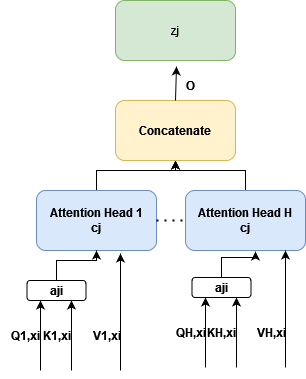
Before: MultiHead.drawio.png, a diagram exported from draw.io (jangrau13/DS_Presentation). Source tidied: cells renumbered, new cells last; positions are measured from the earlier drawing's top-left corner, leaving out a move shared by most shapes. Its diagram source:
```xml
<mxGraphModel>
  <root>
    <mxCell id="0" />
    <mxCell id="1" parent="0" />
    <mxCell id="2" style="edgeStyle=orthogonalEdgeStyle;rounded=0;jettySize=auto;html=1;" parent="1" edge="1" source="3" target="15">
      <mxGeometry relative="1" as="geometry" />
    </mxCell>
    <mxCell id="3" value="&lt;div&gt;&lt;b&gt;Attention Head 1&lt;/b&gt;&lt;/div&gt;&lt;div&gt;&lt;b&gt;cj&lt;br&gt;&lt;/b&gt;&lt;/div&gt;" style="rounded=1;whiteSpace=wrap;html=1;fillColor=#dae8fc;strokeColor=#6c8ebf;" parent="1" vertex="1">
      <mxGeometry x="36" y="190" width="120" height="60" as="geometry" />
    </mxCell>
    <mxCell id="4" style="endArrow=classic;html=1;rounded=0;" parent="1" edge="1">
      <mxGeometry relative="1" as="geometry">
        <mxPoint x="71" y="370" as="sourcePoint" />
        <mxPoint x="71" y="300" as="targetPoint" />
      </mxGeometry>
    </mxCell>
    <mxCell id="5" value="&lt;b&gt;K1,xi&lt;/b&gt;" style="text;html=1;align=center;verticalAlign=middle;strokeColor=none;fillColor=none;" parent="1" vertex="1">
      <mxGeometry x="31" y="320" width="50" height="30" as="geometry" />
    </mxCell>
    <mxCell id="6" style="endArrow=classic;html=1;rounded=0;" parent="1" edge="1">
      <mxGeometry relative="1" as="geometry">
        <mxPoint x="40" y="370" as="sourcePoint" />
        <mxPoint x="40" y="300" as="targetPoint" />
      </mxGeometry>
    </mxCell>
    <mxCell id="7" value="&lt;b&gt;Q1,xi&lt;/b&gt;" style="text;html=1;align=center;verticalAlign=middle;strokeColor=none;fillColor=none;" parent="1" vertex="1">
      <mxGeometry y="320" width="50" height="30" as="geometry" />
    </mxCell>
    <mxCell id="8" style="edgeStyle=orthogonalEdgeStyle;rounded=0;jettySize=auto;html=1;" parent="1" edge="1" source="9" target="3">
      <mxGeometry relative="1" as="geometry" />
    </mxCell>
    <mxCell id="9" value="&lt;b&gt;aji&lt;/b&gt;" style="rounded=1;whiteSpace=wrap;html=1;" parent="1" vertex="1">
      <mxGeometry x="26.5" y="280" width="59" height="20" as="geometry" />
    </mxCell>
    <mxCell id="10" style="endArrow=classic;html=1;rounded=0;entryX=0.7;entryY=1.05;entryDx=0;entryDy=0;entryPerimeter=0;" parent="1" edge="1" target="3">
      <mxGeometry relative="1" as="geometry">
        <mxPoint x="120" y="370" as="sourcePoint" />
      </mxGeometry>
    </mxCell>
    <mxCell id="11" value="&lt;b&gt;V1,xi&lt;/b&gt;" style="text;html=1;align=center;verticalAlign=middle;strokeColor=none;fillColor=none;" parent="1" vertex="1">
      <mxGeometry x="80.5" y="320" width="50" height="30" as="geometry" />
    </mxCell>
    <mxCell id="12" style="endArrow=none;dashed=1;html=1;dashPattern=1 3;strokeWidth=2;rounded=0;exitX=1;exitY=0.5;exitDx=0;exitDy=0;" parent="1" edge="1" source="3">
      <mxGeometry relative="1" as="geometry">
        <mxPoint x="195" y="220" as="targetPoint" />
      </mxGeometry>
    </mxCell>
    <mxCell id="13" style="edgeStyle=orthogonalEdgeStyle;rounded=0;jettySize=auto;html=1;" parent="1" edge="1" source="14" target="15">
      <mxGeometry relative="1" as="geometry" />
    </mxCell>
    <mxCell id="14" value="&lt;div&gt;&lt;b&gt;Attention Head H&lt;br&gt;&lt;/b&gt;&lt;/div&gt;&lt;div&gt;&lt;b&gt;cj&lt;br&gt;&lt;/b&gt;&lt;/div&gt;" style="rounded=1;whiteSpace=wrap;html=1;fillColor=#dae8fc;strokeColor=#6c8ebf;" parent="1" vertex="1">
      <mxGeometry x="185" y="190" width="120" height="60" as="geometry" />
    </mxCell>
    <mxCell id="15" value="&lt;b&gt;Concatenate&lt;/b&gt;" style="rounded=1;whiteSpace=wrap;html=1;fillColor=#fff2cc;strokeColor=#d6b656;" parent="1" vertex="1">
      <mxGeometry x="115" y="100" width="120" height="60" as="geometry" />
    </mxCell>
    <mxCell id="16" style="endArrow=classic;html=1;rounded=0;exitX=0.5;exitY=0;exitDx=0;exitDy=0;entryX=0.033;entryY=-0.133;entryDx=0;entryDy=0;entryPerimeter=0;" parent="1" edge="1" source="15" target="17">
      <mxGeometry relative="1" as="geometry" />
    </mxCell>
    <mxCell id="17" value="&lt;b&gt;O&lt;/b&gt;" style="text;html=1;align=center;verticalAlign=middle;points=[];strokeColor=none;fillColor=none;" parent="1" vertex="1">
      <mxGeometry x="175" y="70" width="30" height="30" as="geometry" />
    </mxCell>
    <mxCell id="18" value="zj" style="rounded=1;whiteSpace=wrap;html=1;fillColor=#d5e8d4;strokeColor=#82b366;" parent="1" vertex="1">
      <mxGeometry x="115" width="120" height="60" as="geometry" />
    </mxCell>
    <mxCell id="19" style="endArrow=classic;html=1;rounded=0;" parent="1" edge="1">
      <mxGeometry relative="1" as="geometry">
        <mxPoint x="236" y="367" as="sourcePoint" />
        <mxPoint x="236" y="297" as="targetPoint" />
      </mxGeometry>
    </mxCell>
    <mxCell id="20" value="&lt;b&gt;KH,xi&lt;/b&gt;" style="text;html=1;align=center;verticalAlign=middle;strokeColor=none;fillColor=none;" parent="1" vertex="1">
      <mxGeometry x="196" y="317" width="50" height="30" as="geometry" />
    </mxCell>
    <mxCell id="21" style="endArrow=classic;html=1;rounded=0;" parent="1" edge="1">
      <mxGeometry relative="1" as="geometry">
        <mxPoint x="205" y="367" as="sourcePoint" />
        <mxPoint x="205" y="297" as="targetPoint" />
      </mxGeometry>
    </mxCell>
    <mxCell id="22" value="&lt;b&gt;QH,xi&lt;/b&gt;" style="text;html=1;align=center;verticalAlign=middle;strokeColor=none;fillColor=none;" parent="1" vertex="1">
      <mxGeometry x="165" y="317" width="50" height="30" as="geometry" />
    </mxCell>
    <mxCell id="23" style="edgeStyle=orthogonalEdgeStyle;rounded=0;jettySize=auto;html=1;entryX=0.583;entryY=1.017;entryDx=0;entryDy=0;entryPerimeter=0;" parent="1" edge="1" source="24" target="14">
      <mxGeometry relative="1" as="geometry" />
    </mxCell>
    <mxCell id="24" value="&lt;b&gt;aji&lt;/b&gt;" style="rounded=1;whiteSpace=wrap;html=1;" parent="1" vertex="1">
      <mxGeometry x="191.5" y="277" width="59" height="20" as="geometry" />
    </mxCell>
    <mxCell id="25" style="endArrow=classic;html=1;rounded=0;entryX=0.7;entryY=1.05;entryDx=0;entryDy=0;entryPerimeter=0;" parent="1" edge="1">
      <mxGeometry relative="1" as="geometry">
        <mxPoint x="285" y="367" as="sourcePoint" />
        <mxPoint x="285" y="250" as="targetPoint" />
      </mxGeometry>
    </mxCell>
    <mxCell id="26" value="&lt;b&gt;VH,xi&lt;/b&gt;" style="text;html=1;align=center;verticalAlign=middle;strokeColor=none;fillColor=none;" parent="1" vertex="1">
      <mxGeometry x="245.5" y="317" width="50" height="30" as="geometry" />
    </mxCell>
  </root>
</mxGraphModel>
```
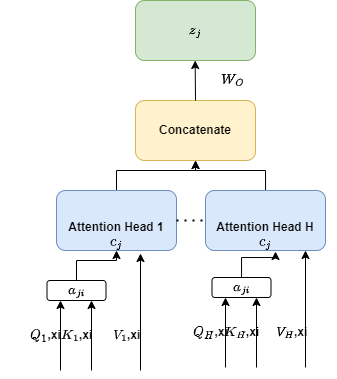
The same file after the commit.

Diff of the diagram source:
```diff
@@ -1,11 +1,11 @@
-<mxGraphModel>
+<mxGraphModel math="1">
   <root>
     <mxCell id="0" />
     <mxCell id="1" parent="0" />
     <mxCell id="2" style="edgeStyle=orthogonalEdgeStyle;rounded=0;jettySize=auto;html=1;" parent="1" edge="1" source="3" target="15">
       <mxGeometry relative="1" as="geometry" />
     </mxCell>
-    <mxCell id="3" value="&lt;div&gt;&lt;b&gt;Attention Head 1&lt;/b&gt;&lt;/div&gt;&lt;div&gt;&lt;b&gt;cj&lt;br&gt;&lt;/b&gt;&lt;/div&gt;" style="rounded=1;whiteSpace=wrap;html=1;fillColor=#dae8fc;strokeColor=#6c8ebf;" parent="1" vertex="1">
+    <mxCell id="3" value="&lt;div&gt;&lt;b&gt;&lt;br&gt;&lt;/b&gt;&lt;/div&gt;&lt;div&gt;&lt;b&gt;&lt;br&gt;&lt;/b&gt;&lt;/div&gt;&lt;div&gt;&lt;b&gt;Attention Head 1&lt;/b&gt;&lt;/div&gt;&lt;div&gt;&lt;b&gt;$$c_j$$&lt;br&gt;&lt;/b&gt;&lt;/div&gt;" style="rounded=1;whiteSpace=wrap;html=1;fillColor=#dae8fc;strokeColor=#6c8ebf;" parent="1" vertex="1">
       <mxGeometry x="36" y="190" width="120" height="60" as="geometry" />
     </mxCell>
     <mxCell id="4" style="endArrow=classic;html=1;rounded=0;" parent="1" edge="1">
@@ -14,8 +14,8 @@
         <mxPoint x="71" y="300" as="targetPoint" />
       </mxGeometry>
     </mxCell>
-    <mxCell id="5" value="&lt;b&gt;K1,xi&lt;/b&gt;" style="text;html=1;align=center;verticalAlign=middle;strokeColor=none;fillColor=none;" parent="1" vertex="1">
-      <mxGeometry x="31" y="320" width="50" height="30" as="geometry" />
+    <mxCell id="5" value="&lt;b&gt;$$K_1$$,xi&lt;/b&gt;" style="text;html=1;align=center;verticalAlign=middle;strokeColor=none;fillColor=none;" parent="1" vertex="1">
+      <mxGeometry x="11" y="320" width="90" height="30" as="geometry" />
     </mxCell>
     <mxCell id="6" style="endArrow=classic;html=1;rounded=0;" parent="1" edge="1">
       <mxGeometry relative="1" as="geometry">
@@ -23,13 +23,13 @@
         <mxPoint x="40" y="300" as="targetPoint" />
       </mxGeometry>
     </mxCell>
-    <mxCell id="7" value="&lt;b&gt;Q1,xi&lt;/b&gt;" style="text;html=1;align=center;verticalAlign=middle;strokeColor=none;fillColor=none;" parent="1" vertex="1">
-      <mxGeometry y="320" width="50" height="30" as="geometry" />
+    <mxCell id="7" value="&lt;b&gt;$$Q_1$$,xi&lt;/b&gt;" style="text;html=1;align=center;verticalAlign=middle;strokeColor=none;fillColor=none;" parent="1" vertex="1">
+      <mxGeometry x="-20" y="320" width="90" height="30" as="geometry" />
     </mxCell>
     <mxCell id="8" style="edgeStyle=orthogonalEdgeStyle;rounded=0;jettySize=auto;html=1;" parent="1" edge="1" source="9" target="3">
       <mxGeometry relative="1" as="geometry" />
     </mxCell>
-    <mxCell id="9" value="&lt;b&gt;aji&lt;/b&gt;" style="rounded=1;whiteSpace=wrap;html=1;" parent="1" vertex="1">
+    <mxCell id="9" value="&lt;b&gt;$$a_{ji}$$&lt;/b&gt;" style="rounded=1;whiteSpace=wrap;html=1;" parent="1" vertex="1">
       <mxGeometry x="26.5" y="280" width="59" height="20" as="geometry" />
     </mxCell>
     <mxCell id="10" style="endArrow=classic;html=1;rounded=0;entryX=0.7;entryY=1.05;entryDx=0;entryDy=0;entryPerimeter=0;" parent="1" edge="1" target="3">
@@ -37,8 +37,8 @@
         <mxPoint x="120" y="370" as="sourcePoint" />
       </mxGeometry>
     </mxCell>
-    <mxCell id="11" value="&lt;b&gt;V1,xi&lt;/b&gt;" style="text;html=1;align=center;verticalAlign=middle;strokeColor=none;fillColor=none;" parent="1" vertex="1">
-      <mxGeometry x="80.5" y="320" width="50" height="30" as="geometry" />
+    <mxCell id="11" value="&lt;b&gt;$$V_1$$,xi&lt;/b&gt;" style="text;html=1;align=center;verticalAlign=middle;strokeColor=none;fillColor=none;" parent="1" vertex="1">
+      <mxGeometry x="65.5" y="320" width="80" height="30" as="geometry" />
     </mxCell>
     <mxCell id="12" style="endArrow=none;dashed=1;html=1;dashPattern=1 3;strokeWidth=2;rounded=0;exitX=1;exitY=0.5;exitDx=0;exitDy=0;" parent="1" edge="1" source="3">
       <mxGeometry relative="1" as="geometry">
@@ -48,7 +48,7 @@
     <mxCell id="13" style="edgeStyle=orthogonalEdgeStyle;rounded=0;jettySize=auto;html=1;" parent="1" edge="1" source="14" target="15">
       <mxGeometry relative="1" as="geometry" />
     </mxCell>
-    <mxCell id="14" value="&lt;div&gt;&lt;b&gt;Attention Head H&lt;br&gt;&lt;/b&gt;&lt;/div&gt;&lt;div&gt;&lt;b&gt;cj&lt;br&gt;&lt;/b&gt;&lt;/div&gt;" style="rounded=1;whiteSpace=wrap;html=1;fillColor=#dae8fc;strokeColor=#6c8ebf;" parent="1" vertex="1">
+    <mxCell id="14" value="&lt;div&gt;&lt;b&gt;&lt;br&gt;&lt;/b&gt;&lt;/div&gt;&lt;div&gt;&lt;b&gt;&lt;br&gt;&lt;/b&gt;&lt;/div&gt;&lt;div&gt;&lt;b&gt;Attention Head H&lt;br&gt;&lt;/b&gt;&lt;/div&gt;&lt;div&gt;&lt;b&gt;$$c_j$$&lt;br&gt;&lt;/b&gt;&lt;/div&gt;" style="rounded=1;whiteSpace=wrap;html=1;fillColor=#dae8fc;strokeColor=#6c8ebf;" parent="1" vertex="1">
       <mxGeometry x="185" y="190" width="120" height="60" as="geometry" />
     </mxCell>
     <mxCell id="15" value="&lt;b&gt;Concatenate&lt;/b&gt;" style="rounded=1;whiteSpace=wrap;html=1;fillColor=#fff2cc;strokeColor=#d6b656;" parent="1" vertex="1">
@@ -57,10 +57,10 @@
     <mxCell id="16" style="endArrow=classic;html=1;rounded=0;exitX=0.5;exitY=0;exitDx=0;exitDy=0;entryX=0.033;entryY=-0.133;entryDx=0;entryDy=0;entryPerimeter=0;" parent="1" edge="1" source="15" target="17">
       <mxGeometry relative="1" as="geometry" />
     </mxCell>
-    <mxCell id="17" value="&lt;b&gt;O&lt;/b&gt;" style="text;html=1;align=center;verticalAlign=middle;points=[];strokeColor=none;fillColor=none;" parent="1" vertex="1">
-      <mxGeometry x="175" y="70" width="30" height="30" as="geometry" />
+    <mxCell id="17" value="&lt;b&gt;$$W_O$$&lt;/b&gt;" style="text;html=1;align=center;verticalAlign=middle;points=[];strokeColor=none;fillColor=none;" parent="1" vertex="1">
+      <mxGeometry x="172" y="64" width="80" height="30" as="geometry" />
     </mxCell>
-    <mxCell id="18" value="zj" style="rounded=1;whiteSpace=wrap;html=1;fillColor=#d5e8d4;strokeColor=#82b366;" parent="1" vertex="1">
+    <mxCell id="18" value="$$z_j$$" style="rounded=1;whiteSpace=wrap;html=1;fillColor=#d5e8d4;strokeColor=#82b366;" parent="1" vertex="1">
       <mxGeometry x="115" width="120" height="60" as="geometry" />
     </mxCell>
     <mxCell id="19" style="endArrow=classic;html=1;rounded=0;" parent="1" edge="1">
@@ -69,8 +69,8 @@
         <mxPoint x="236" y="297" as="targetPoint" />
       </mxGeometry>
     </mxCell>
-    <mxCell id="20" value="&lt;b&gt;KH,xi&lt;/b&gt;" style="text;html=1;align=center;verticalAlign=middle;strokeColor=none;fillColor=none;" parent="1" vertex="1">
-      <mxGeometry x="196" y="317" width="50" height="30" as="geometry" />
+    <mxCell id="20" value="&lt;b&gt;$$K_H$$,xi&lt;/b&gt;" style="text;html=1;align=center;verticalAlign=middle;strokeColor=none;fillColor=none;" parent="1" vertex="1">
+      <mxGeometry x="176" y="317" width="90" height="30" as="geometry" />
     </mxCell>
     <mxCell id="21" style="endArrow=classic;html=1;rounded=0;" parent="1" edge="1">
       <mxGeometry relative="1" as="geometry">
@@ -78,13 +78,13 @@
         <mxPoint x="205" y="297" as="targetPoint" />
       </mxGeometry>
     </mxCell>
-    <mxCell id="22" value="&lt;b&gt;QH,xi&lt;/b&gt;" style="text;html=1;align=center;verticalAlign=middle;strokeColor=none;fillColor=none;" parent="1" vertex="1">
-      <mxGeometry x="165" y="317" width="50" height="30" as="geometry" />
+    <mxCell id="22" value="&lt;b&gt;$$Q_H$$,xi&lt;/b&gt;" style="text;html=1;align=center;verticalAlign=middle;strokeColor=none;fillColor=none;" parent="1" vertex="1">
+      <mxGeometry x="145" y="317" width="90" height="30" as="geometry" />
     </mxCell>
     <mxCell id="23" style="edgeStyle=orthogonalEdgeStyle;rounded=0;jettySize=auto;html=1;entryX=0.583;entryY=1.017;entryDx=0;entryDy=0;entryPerimeter=0;" parent="1" edge="1" source="24" target="14">
       <mxGeometry relative="1" as="geometry" />
     </mxCell>
-    <mxCell id="24" value="&lt;b&gt;aji&lt;/b&gt;" style="rounded=1;whiteSpace=wrap;html=1;" parent="1" vertex="1">
+    <mxCell id="24" value="&lt;b&gt;$$a_{ji}$$&lt;/b&gt;" style="rounded=1;whiteSpace=wrap;html=1;" parent="1" vertex="1">
       <mxGeometry x="191.5" y="277" width="59" height="20" as="geometry" />
     </mxCell>
     <mxCell id="25" style="endArrow=classic;html=1;rounded=0;entryX=0.7;entryY=1.05;entryDx=0;entryDy=0;entryPerimeter=0;" parent="1" edge="1">
@@ -93,8 +93,8 @@
         <mxPoint x="285" y="250" as="targetPoint" />
       </mxGeometry>
     </mxCell>
-    <mxCell id="26" value="&lt;b&gt;VH,xi&lt;/b&gt;" style="text;html=1;align=center;verticalAlign=middle;strokeColor=none;fillColor=none;" parent="1" vertex="1">
-      <mxGeometry x="245.5" y="317" width="50" height="30" as="geometry" />
+    <mxCell id="26" value="&lt;b&gt;$$V_H$$,xi&lt;/b&gt;" style="text;html=1;align=center;verticalAlign=middle;strokeColor=none;fillColor=none;" parent="1" vertex="1">
+      <mxGeometry x="225.5" y="317" width="90" height="30" as="geometry" />
     </mxCell>
   </root>
 </mxGraphModel>
```
